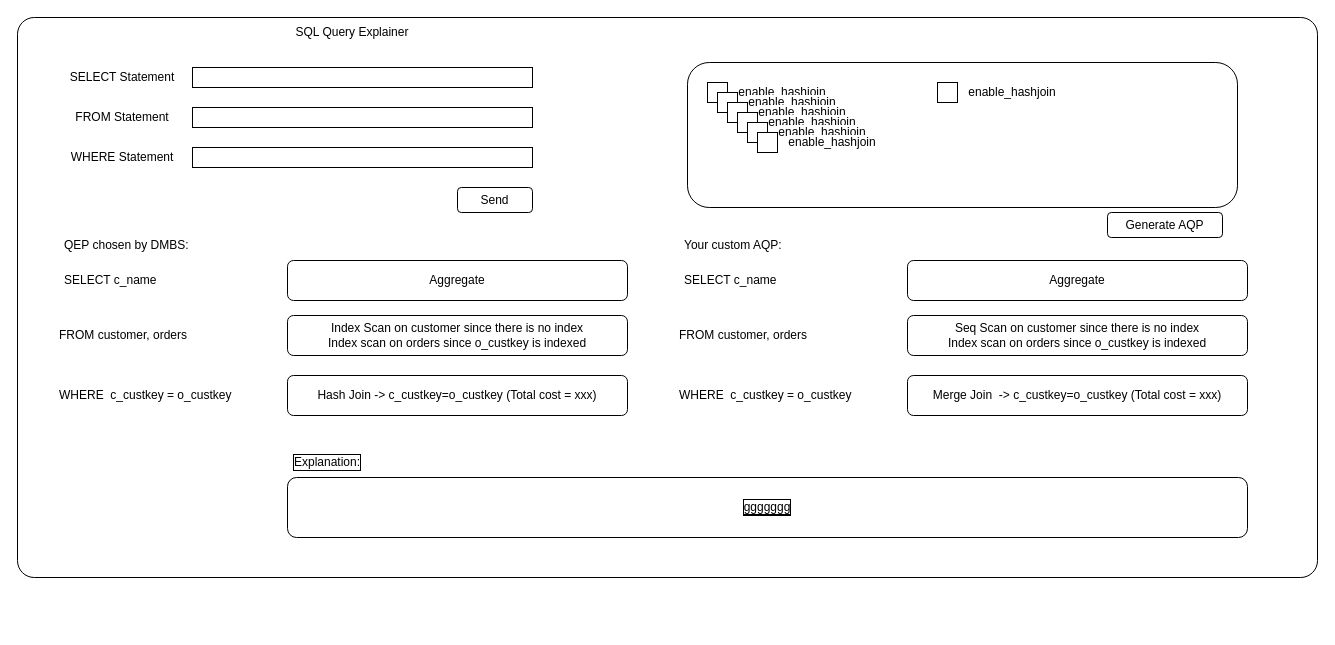
This is mockup.drawio from therealaxax/Query-Plan-Explainer, a draw.io file, before an edit. Source tidied: cells renumbered, new cells numbered last; positions are measured from the earlier drawing's top-left corner, leaving out a move shared by most shapes. Both pictures are drawn from the tidied source at 100%, with x=0, y=0 at pixel (17, 17).
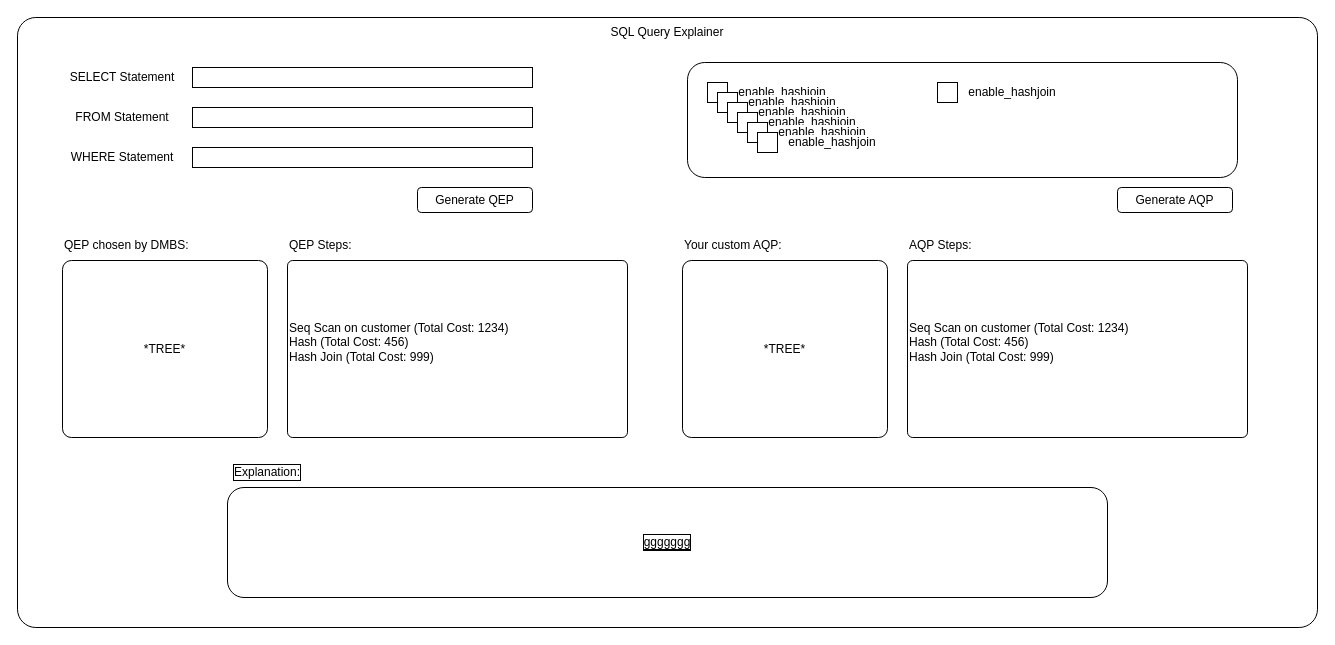
The same diagram, later.

The edit, as a diff of the source:
```diff
@@
     <mxCell id="2" style="rounded=1;whiteSpace=wrap;html=1;arcSize=3;" parent="1" vertex="1">
-      <mxGeometry width="1300" height="560" as="geometry" />
+      <mxGeometry width="1300" height="610" as="geometry" />
     </mxCell>
     <mxCell id="3" value="SQL Query Explainer" style="text;html=1;strokeColor=none;fillColor=none;align=center;verticalAlign=middle;whiteSpace=wrap;rounded=0;" parent="1" vertex="1">
-      <mxGeometry x="250" width="170" height="30" as="geometry" />
+      <mxGeometry x="565" width="170" height="30" as="geometry" />
     </mxCell>
@@
-    <mxCell id="10" value="SELECT c_name" style="text;html=1;strokeColor=none;fillColor=none;align=left;verticalAlign=middle;whiteSpace=wrap;rounded=0;" parent="1" vertex="1">
-      <mxGeometry x="45" y="248" width="125" height="30" as="geometry" />
-    </mxCell>
@@
-    <mxCell id="12" value="FROM customer, orders" style="text;html=1;strokeColor=none;fillColor=none;align=left;verticalAlign=middle;whiteSpace=wrap;rounded=0;" parent="1" vertex="1">
-      <mxGeometry x="40" y="303" width="150" height="30" as="geometry" />
-    </mxCell>
-    <mxCell id="13" value="WHERE&amp;nbsp; c_custkey = o_custkey" style="text;html=1;strokeColor=none;fillColor=none;align=left;verticalAlign=middle;whiteSpace=wrap;rounded=0;" parent="1" vertex="1">
-      <mxGeometry x="40" y="363" width="180" height="30" as="geometry" />
-    </mxCell>
-    <mxCell id="14" value="&lt;font color=&quot;#000000&quot;&gt;Aggregate&lt;/font&gt;" style="rounded=1;whiteSpace=wrap;html=1;fillColor=#FFFFFF;" parent="1" vertex="1">
-      <mxGeometry x="270" y="243" width="340" height="40" as="geometry" />
+    <mxCell id="14" value="&lt;font color=&quot;#000000&quot;&gt;Seq Scan on customer (Total Cost: 1234)&lt;br&gt;Hash (Total Cost: 456)&lt;br&gt;Hash Join (Total Cost: 999)&lt;br&gt;&lt;br&gt;&lt;/font&gt;" style="rounded=1;whiteSpace=wrap;html=1;fillColor=#FFFFFF;arcSize=3;align=left;" parent="1" vertex="1">
+      <mxGeometry x="270" y="243" width="340" height="177" as="geometry" />
     </mxCell>
-    <mxCell id="15" value="&lt;span style=&quot;color: rgb(0 , 0 , 0) ; font-family: &amp;#34;helvetica&amp;#34; ; font-size: 12px ; font-style: normal ; font-weight: 400 ; letter-spacing: normal ; text-align: center ; text-indent: 0px ; text-transform: none ; word-spacing: 0px ; display: inline ; float: none ; background-color: rgb(255 , 255 , 255)&quot;&gt;Index Scan on customer since there is no index&lt;br&gt;Index scan on orders since o_custkey is indexed&lt;br&gt;&lt;/span&gt;" style="rounded=1;whiteSpace=wrap;html=1;fillColor=#FFFFFF;" parent="1" vertex="1">
-      <mxGeometry x="270" y="298" width="340" height="40" as="geometry" />
-    </mxCell>
-    <mxCell id="16" value="&lt;span style=&quot;color: rgb(0 , 0 , 0) ; font-family: &amp;#34;helvetica&amp;#34; ; font-size: 12px ; font-style: normal ; font-weight: 400 ; letter-spacing: normal ; text-align: center ; text-indent: 0px ; text-transform: none ; word-spacing: 0px ; display: inline ; float: none ; background-color: rgb(255 , 255 , 255)&quot;&gt;Hash Join -&amp;gt; c_custkey=o_custkey (Total cost = xxx)&lt;/span&gt;" style="rounded=1;whiteSpace=wrap;html=1;fillColor=#FFFFFF;" parent="1" vertex="1">
-      <mxGeometry x="270" y="358" width="340" height="40" as="geometry" />
-    </mxCell>
-    <mxCell id="17" value="Send" style="rounded=1;whiteSpace=wrap;html=1;labelBackgroundColor=#FFFFFF;fontColor=#000000;fillColor=#FFFFFF;" parent="1" vertex="1">
-      <mxGeometry x="440" y="170" width="75" height="25" as="geometry" />
-    </mxCell>
-    <mxCell id="18" value="SELECT c_name" style="text;html=1;strokeColor=none;fillColor=none;align=left;verticalAlign=middle;whiteSpace=wrap;rounded=0;" parent="1" vertex="1">
-      <mxGeometry x="665" y="248" width="125" height="30" as="geometry" />
-    </mxCell>
@@
-    <mxCell id="20" value="FROM customer, orders" style="text;html=1;strokeColor=none;fillColor=none;align=left;verticalAlign=middle;whiteSpace=wrap;rounded=0;" parent="1" vertex="1">
-      <mxGeometry x="660" y="303" width="150" height="30" as="geometry" />
-    </mxCell>
-    <mxCell id="21" value="WHERE&amp;nbsp; c_custkey = o_custkey" style="text;html=1;strokeColor=none;fillColor=none;align=left;verticalAlign=middle;whiteSpace=wrap;rounded=0;" parent="1" vertex="1">
-      <mxGeometry x="660" y="363" width="180" height="30" as="geometry" />
-    </mxCell>
-    <mxCell id="22" value="&lt;font color=&quot;#000000&quot;&gt;Aggregate&lt;/font&gt;" style="rounded=1;whiteSpace=wrap;html=1;fillColor=#FFFFFF;" parent="1" vertex="1">
-      <mxGeometry x="890" y="243" width="340" height="40" as="geometry" />
-    </mxCell>
-    <mxCell id="23" value="&lt;span style=&quot;color: rgb(0 , 0 , 0) ; font-family: &amp;#34;helvetica&amp;#34; ; font-size: 12px ; font-style: normal ; font-weight: 400 ; letter-spacing: normal ; text-align: center ; text-indent: 0px ; text-transform: none ; word-spacing: 0px ; display: inline ; float: none ; background-color: rgb(255 , 255 , 255)&quot;&gt;Seq Scan on customer since there is no index&lt;br&gt;Index scan on orders since o_custkey is indexed&lt;br&gt;&lt;/span&gt;" style="rounded=1;whiteSpace=wrap;html=1;fillColor=#FFFFFF;" parent="1" vertex="1">
-      <mxGeometry x="890" y="298" width="340" height="40" as="geometry" />
-    </mxCell>
-    <mxCell id="24" value="&lt;span style=&quot;color: rgb(0 , 0 , 0) ; font-family: &amp;#34;helvetica&amp;#34; ; font-size: 12px ; font-style: normal ; font-weight: 400 ; letter-spacing: normal ; text-align: center ; text-indent: 0px ; text-transform: none ; word-spacing: 0px ; display: inline ; float: none ; background-color: rgb(255 , 255 , 255)&quot;&gt;Merge Join&amp;nbsp;&lt;/span&gt;&lt;span style=&quot;color: rgb(0 , 0 , 0) ; font-family: &amp;#34;helvetica&amp;#34; ; background-color: rgb(255 , 255 , 255)&quot;&gt;&amp;nbsp;-&amp;gt; c_custkey=o_custkey (Total cost = xxx)&lt;/span&gt;" style="rounded=1;whiteSpace=wrap;html=1;fillColor=#FFFFFF;" parent="1" vertex="1">
-      <mxGeometry x="890" y="358" width="340" height="40" as="geometry" />
-    </mxCell>
     <mxCell id="25" style="rounded=1;whiteSpace=wrap;html=1;labelBackgroundColor=#FFFFFF;fontColor=#000000;fillColor=#FFFFFF;" parent="1" vertex="1">
-      <mxGeometry x="670" y="45" width="550" height="145" as="geometry" />
+      <mxGeometry x="670" y="45" width="550" height="115" as="geometry" />
     </mxCell>
@@
     <mxCell id="28" value="Generate AQP" style="rounded=1;whiteSpace=wrap;html=1;labelBackgroundColor=#FFFFFF;fontColor=#000000;fillColor=#FFFFFF;" parent="1" vertex="1">
-      <mxGeometry x="1090" y="195" width="115" height="25" as="geometry" />
+      <mxGeometry x="1100" y="170" width="115" height="25" as="geometry" />
     </mxCell>
@@
     <mxCell id="41" value="&lt;span style=&quot;background-color: rgb(255 , 255 , 255)&quot;&gt;ggggggg&lt;/span&gt;" style="rounded=1;whiteSpace=wrap;html=1;labelBackgroundColor=#000000;labelBorderColor=#000000;fontColor=#000000;fillColor=#FFFFFF;" parent="1" vertex="1">
-      <mxGeometry x="270" y="460" width="960" height="60" as="geometry" />
+      <mxGeometry x="210" y="470" width="880" height="110" as="geometry" />
     </mxCell>
     <mxCell id="42" value="Explanation:" style="text;html=1;strokeColor=none;fillColor=none;align=center;verticalAlign=middle;whiteSpace=wrap;rounded=0;labelBackgroundColor=#FFFFFF;labelBorderColor=#000000;fontColor=#000000;" parent="1" vertex="1">
-      <mxGeometry x="250" y="430" width="120" height="30" as="geometry" />
+      <mxGeometry x="190" y="440" width="120" height="30" as="geometry" />
     </mxCell>
+    <mxCell id="43" value="*TREE*" style="rounded=1;whiteSpace=wrap;html=1;labelBackgroundColor=none;labelBorderColor=none;fontColor=#000000;fillColor=#FFFFFF;arcSize=5;" parent="1" vertex="1">
+      <mxGeometry x="45" y="243" width="205" height="177" as="geometry" />
+    </mxCell>
+    <mxCell id="44" value="QEP Steps:" style="text;html=1;strokeColor=none;fillColor=none;align=left;verticalAlign=middle;whiteSpace=wrap;rounded=0;" parent="1" vertex="1">
+      <mxGeometry x="270" y="213" width="130" height="30" as="geometry" />
+    </mxCell>
+    <mxCell id="45" value="&lt;font color=&quot;#000000&quot;&gt;Seq Scan on customer (Total Cost: 1234)&lt;br&gt;Hash (Total Cost: 456)&lt;br&gt;Hash Join (Total Cost: 999)&lt;br&gt;&lt;br&gt;&lt;/font&gt;" style="rounded=1;whiteSpace=wrap;html=1;fillColor=#FFFFFF;arcSize=3;align=left;" parent="1" vertex="1">
+      <mxGeometry x="890" y="243" width="340" height="177" as="geometry" />
+    </mxCell>
+    <mxCell id="46" value="*TREE*" style="rounded=1;whiteSpace=wrap;html=1;labelBackgroundColor=none;labelBorderColor=none;fontColor=#000000;fillColor=#FFFFFF;arcSize=5;" parent="1" vertex="1">
+      <mxGeometry x="665" y="243" width="205" height="177" as="geometry" />
+    </mxCell>
+    <mxCell id="47" value="AQP Steps:" style="text;html=1;strokeColor=none;fillColor=none;align=left;verticalAlign=middle;whiteSpace=wrap;rounded=0;" parent="1" vertex="1">
+      <mxGeometry x="890" y="213" width="130" height="30" as="geometry" />
+    </mxCell>
+    <mxCell id="48" value="Generate QEP" style="rounded=1;whiteSpace=wrap;html=1;labelBackgroundColor=#FFFFFF;fontColor=#000000;fillColor=#FFFFFF;" parent="1" vertex="1">
+      <mxGeometry x="400" y="170" width="115" height="25" as="geometry" />
+    </mxCell>
```
